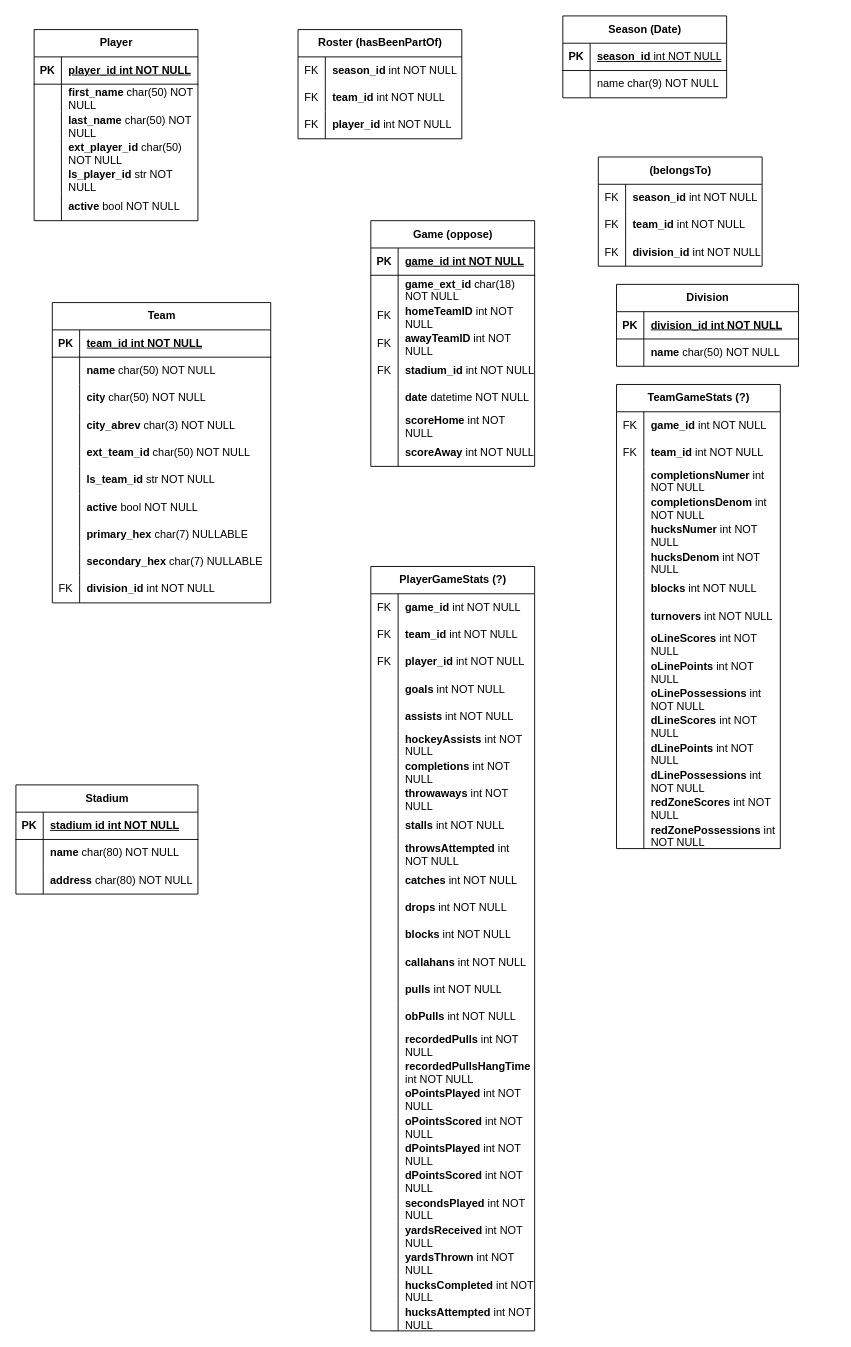
The draw.io diagram page "Relational Modeling Diagram" (2 of 3) of diagrams/PlayerTeam-ERDiagram.drawio in yukikongju/audl-analytics, before the edit. Source tidied: cells renumbered, new cells numbered last; positions are measured from the earlier drawing's top-left corner, leaving out a move shared by most shapes. Both pictures are drawn from the tidied source at 91%, with x=0, y=0 at pixel (15, 15).
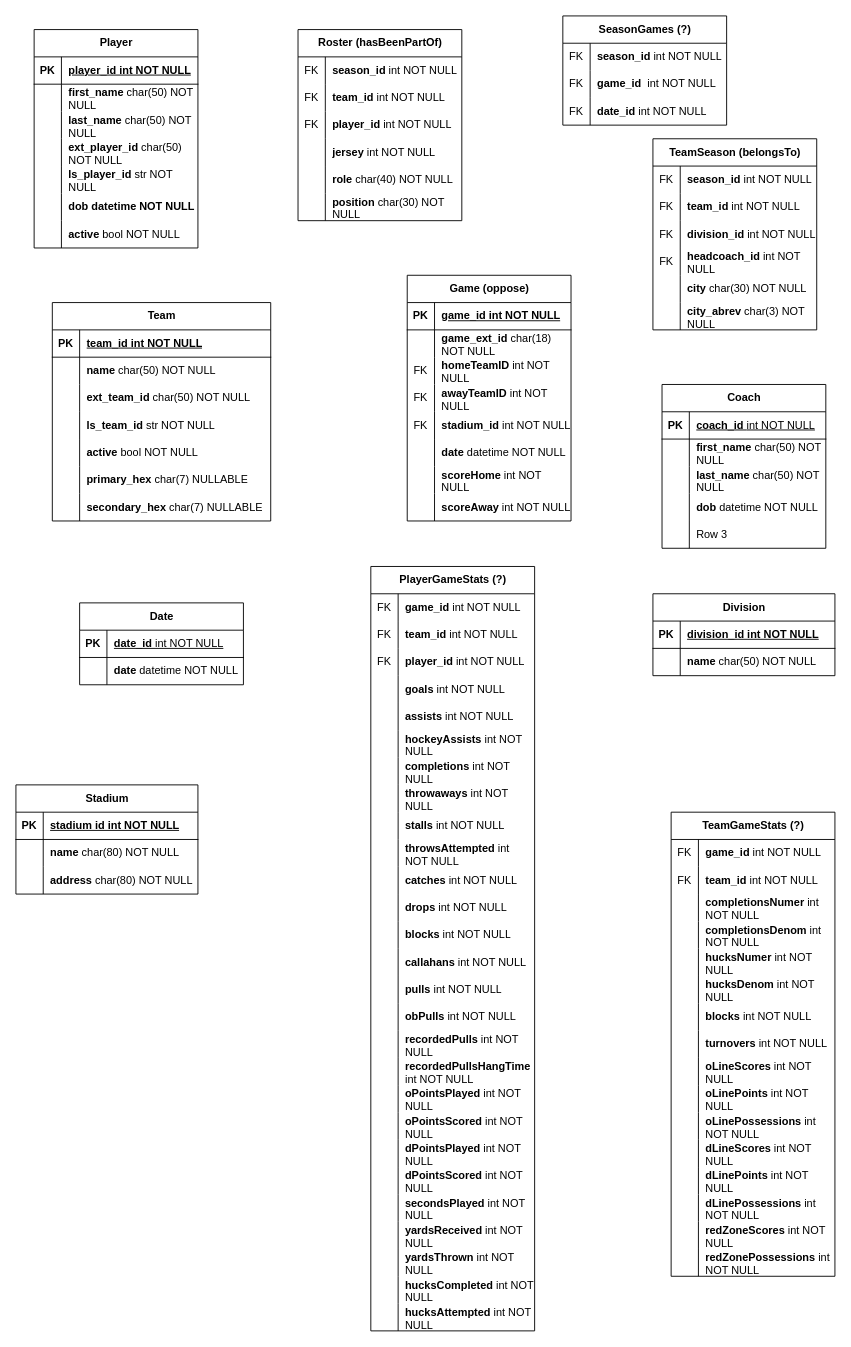
Above is the later version.

The edit, as a diff of the source:
```diff
@@
     <mxCell id="2" value="Player" style="shape=table;startSize=30;childLayout=tableLayout;rowLines=0;fontStyle=1;align=center;html=1;" parent="1" vertex="1">
-      <mxGeometry x="20" y="15" width="180" height="210" as="geometry" />
+      <mxGeometry x="20" y="15" width="180" height="240" as="geometry" />
     </mxCell>
@@
+    <mxCell id="252" style="shape=tableRow;horizontal=0;startSize=0;swimlaneHead=0;swimlaneBody=0;fillColor=none;top=0;left=0;right=0;bottom=0;" parent="2" vertex="1">
+      <mxGeometry y="180" width="180" height="30" as="geometry" />
+    </mxCell>
+    <mxCell id="253" style="shape=partialRectangle;fillColor=none;top=0;left=0;bottom=0;right=0;overflow=hidden;whiteSpace=wrap;html=1;" parent="252" vertex="1">
+      <mxGeometry width="30" height="30" as="geometry" />
+    </mxCell>
+    <mxCell id="254" value="&lt;b&gt;dob datetime NOT NULL&lt;/b&gt;" style="shape=partialRectangle;fillColor=none;top=0;left=0;bottom=0;right=0;align=left;spacingLeft=6;overflow=hidden;whiteSpace=wrap;html=1;" parent="252" vertex="1">
+      <mxGeometry x="30" width="150" height="30" as="geometry" />
+    </mxCell>
     <mxCell id="18" style="shape=tableRow;horizontal=0;startSize=0;swimlaneHead=0;swimlaneBody=0;fillColor=none;top=0;left=0;right=0;bottom=0;" parent="2" vertex="1">
-      <mxGeometry y="180" width="180" height="30" as="geometry" />
+      <mxGeometry y="210" width="180" height="30" as="geometry" />
     </mxCell>
@@
     <mxCell id="21" value="Team" style="shape=table;startSize=30;childLayout=tableLayout;rowLines=0;fontStyle=1;align=center;html=1;" parent="1" vertex="1">
-      <mxGeometry x="40" y="315" width="240" height="330" as="geometry" />
+      <mxGeometry x="40" y="315" width="240" height="240" as="geometry" />
     </mxCell>
@@
-    <mxCell id="28" style="shape=tableRow;horizontal=0;startSize=0;swimlaneHead=0;swimlaneBody=0;fillColor=none;top=0;left=0;right=0;bottom=0;" parent="21" vertex="1">
-      <mxGeometry y="90" width="240" height="30" as="geometry" />
-    </mxCell>
-    <mxCell id="29" style="shape=partialRectangle;fillColor=none;top=0;left=0;bottom=0;right=0;overflow=hidden;whiteSpace=wrap;html=1;" parent="28" vertex="1">
-      <mxGeometry width="30" height="30" as="geometry" />
-    </mxCell>
-    <mxCell id="30" value="&lt;b&gt;city &lt;/b&gt;char(50) NOT NULL" style="shape=partialRectangle;fillColor=none;top=0;left=0;bottom=0;right=0;align=left;spacingLeft=6;overflow=hidden;whiteSpace=wrap;html=1;" parent="28" vertex="1">
-      <mxGeometry x="30" width="210" height="30" as="geometry" />
-    </mxCell>
-    <mxCell id="31" style="shape=tableRow;horizontal=0;startSize=0;swimlaneHead=0;swimlaneBody=0;fillColor=none;top=0;left=0;right=0;bottom=0;" parent="21" vertex="1">
-      <mxGeometry y="120" width="240" height="30" as="geometry" />
-    </mxCell>
-    <mxCell id="32" style="shape=partialRectangle;fillColor=none;top=0;left=0;bottom=0;right=0;overflow=hidden;whiteSpace=wrap;html=1;" parent="31" vertex="1">
-      <mxGeometry width="30" height="30" as="geometry" />
-    </mxCell>
-    <mxCell id="33" value="&lt;b&gt;city_abrev&amp;nbsp;&lt;/b&gt;char(3) NOT NULL" style="shape=partialRectangle;fillColor=none;top=0;left=0;bottom=0;right=0;align=left;spacingLeft=6;overflow=hidden;whiteSpace=wrap;html=1;" parent="31" vertex="1">
-      <mxGeometry x="30" width="210" height="30" as="geometry" />
-    </mxCell>
     <mxCell id="34" style="shape=tableRow;horizontal=0;startSize=0;swimlaneHead=0;swimlaneBody=0;fillColor=none;top=0;left=0;right=0;bottom=0;" parent="21" vertex="1">
-      <mxGeometry y="150" width="240" height="30" as="geometry" />
+      <mxGeometry y="90" width="240" height="30" as="geometry" />
     </mxCell>
@@
     <mxCell id="37" style="shape=tableRow;horizontal=0;startSize=0;swimlaneHead=0;swimlaneBody=0;fillColor=none;top=0;left=0;right=0;bottom=0;" parent="21" vertex="1">
-      <mxGeometry y="180" width="240" height="30" as="geometry" />
+      <mxGeometry y="120" width="240" height="30" as="geometry" />
     </mxCell>
@@
     <mxCell id="40" style="shape=tableRow;horizontal=0;startSize=0;swimlaneHead=0;swimlaneBody=0;fillColor=none;top=0;left=0;right=0;bottom=0;" parent="21" vertex="1">
-      <mxGeometry y="210" width="240" height="30" as="geometry" />
+      <mxGeometry y="150" width="240" height="30" as="geometry" />
     </mxCell>
@@
     <mxCell id="43" style="shape=tableRow;horizontal=0;startSize=0;swimlaneHead=0;swimlaneBody=0;fillColor=none;top=0;left=0;right=0;bottom=0;" parent="21" vertex="1">
-      <mxGeometry y="240" width="240" height="30" as="geometry" />
+      <mxGeometry y="180" width="240" height="30" as="geometry" />
     </mxCell>
@@
     <mxCell id="46" style="shape=tableRow;horizontal=0;startSize=0;swimlaneHead=0;swimlaneBody=0;fillColor=none;top=0;left=0;right=0;bottom=0;" parent="21" vertex="1">
-      <mxGeometry y="270" width="240" height="30" as="geometry" />
+      <mxGeometry y="210" width="240" height="30" as="geometry" />
     </mxCell>
@@
-    <mxCell id="49" style="shape=tableRow;horizontal=0;startSize=0;swimlaneHead=0;swimlaneBody=0;fillColor=none;top=0;left=0;right=0;bottom=0;" parent="21" vertex="1">
-      <mxGeometry y="300" width="240" height="30" as="geometry" />
-    </mxCell>
-    <mxCell id="50" value="FK" style="shape=partialRectangle;fillColor=none;top=0;left=0;bottom=0;right=0;overflow=hidden;whiteSpace=wrap;html=1;" parent="49" vertex="1">
-      <mxGeometry width="30" height="30" as="geometry" />
-    </mxCell>
-    <mxCell id="51" value="&lt;b&gt;division_id &lt;/b&gt;int NOT NULL" style="shape=partialRectangle;fillColor=none;top=0;left=0;bottom=0;right=0;align=left;spacingLeft=6;overflow=hidden;whiteSpace=wrap;html=1;" parent="49" vertex="1">
-      <mxGeometry x="30" width="210" height="30" as="geometry" />
-    </mxCell>
     <mxCell id="52" value="Division" style="shape=table;startSize=30;childLayout=tableLayout;rowLines=0;fontStyle=1;align=center;html=1;" parent="1" vertex="1">
-      <mxGeometry x="660" y="295" width="200" height="90" as="geometry" />
+      <mxGeometry x="700" y="635" width="200" height="90" as="geometry" />
     </mxCell>
@@
     <mxCell id="59" value="Game (oppose)" style="shape=table;startSize=30;childLayout=tableLayout;rowLines=0;fontStyle=1;align=center;html=1;" parent="1" vertex="1">
-      <mxGeometry x="390" y="225" width="180" height="270" as="geometry" />
+      <mxGeometry x="430" y="285" width="180" height="270" as="geometry" />
     </mxCell>
@@
     <mxCell id="94" value="Roster (hasBeenPartOf)" style="shape=table;startSize=30;childLayout=tableLayout;rowLines=0;fontStyle=1;align=center;html=1;" parent="1" vertex="1">
-      <mxGeometry x="310" y="15" width="180" height="120" as="geometry" />
+      <mxGeometry x="310" y="15" width="180" height="210" as="geometry" />
     </mxCell>
@@
+    <mxCell id="255" style="shape=tableRow;horizontal=0;startSize=0;swimlaneHead=0;swimlaneBody=0;fillColor=none;top=0;left=0;right=0;bottom=0;" parent="94" vertex="1">
+      <mxGeometry y="120" width="180" height="30" as="geometry" />
+    </mxCell>
+    <mxCell id="256" style="shape=partialRectangle;fillColor=none;top=0;left=0;bottom=0;right=0;overflow=hidden;whiteSpace=wrap;html=1;" parent="255" vertex="1">
+      <mxGeometry width="30" height="30" as="geometry" />
+    </mxCell>
+    <mxCell id="257" value="&lt;b&gt;jersey&lt;/b&gt; int NOT NULL" style="shape=partialRectangle;fillColor=none;top=0;left=0;bottom=0;right=0;align=left;spacingLeft=6;overflow=hidden;whiteSpace=wrap;html=1;" parent="255" vertex="1">
+      <mxGeometry x="30" width="150" height="30" as="geometry" />
+    </mxCell>
+    <mxCell id="258" style="shape=tableRow;horizontal=0;startSize=0;swimlaneHead=0;swimlaneBody=0;fillColor=none;top=0;left=0;right=0;bottom=0;" parent="94" vertex="1">
+      <mxGeometry y="150" width="180" height="30" as="geometry" />
+    </mxCell>
+    <mxCell id="259" style="shape=partialRectangle;fillColor=none;top=0;left=0;bottom=0;right=0;overflow=hidden;whiteSpace=wrap;html=1;" parent="258" vertex="1">
+      <mxGeometry width="30" height="30" as="geometry" />
+    </mxCell>
+    <mxCell id="260" value="&lt;b&gt;role &lt;/b&gt;char(40) NOT NULL" style="shape=partialRectangle;fillColor=none;top=0;left=0;bottom=0;right=0;align=left;spacingLeft=6;overflow=hidden;whiteSpace=wrap;html=1;" parent="258" vertex="1">
+      <mxGeometry x="30" width="150" height="30" as="geometry" />
+    </mxCell>
+    <mxCell id="261" style="shape=tableRow;horizontal=0;startSize=0;swimlaneHead=0;swimlaneBody=0;fillColor=none;top=0;left=0;right=0;bottom=0;" parent="94" vertex="1">
+      <mxGeometry y="180" width="180" height="30" as="geometry" />
+    </mxCell>
+    <mxCell id="262" style="shape=partialRectangle;fillColor=none;top=0;left=0;bottom=0;right=0;overflow=hidden;whiteSpace=wrap;html=1;" parent="261" vertex="1">
+      <mxGeometry width="30" height="30" as="geometry" />
+    </mxCell>
+    <mxCell id="263" value="&lt;b&gt;position &lt;/b&gt;char(30) NOT NULL" style="shape=partialRectangle;fillColor=none;top=0;left=0;bottom=0;right=0;align=left;spacingLeft=6;overflow=hidden;whiteSpace=wrap;html=1;" parent="261" vertex="1">
+      <mxGeometry x="30" width="150" height="30" as="geometry" />
+    </mxCell>
-    <mxCell id="104" value="Season (Date)" style="shape=table;startSize=30;childLayout=tableLayout;rowLines=0;fontStyle=1;align=center;html=1;" parent="1" vertex="1">
-      <mxGeometry x="601" width="180" height="90" as="geometry" />
+    <mxCell id="104" value="SeasonGames (?)" style="shape=table;startSize=30;childLayout=tableLayout;rowLines=0;fontStyle=1;align=center;html=1;" parent="1" vertex="1">
+      <mxGeometry x="601" width="180" height="120" as="geometry" />
     </mxCell>
-    <mxCell id="105" style="shape=tableRow;horizontal=0;startSize=0;swimlaneHead=0;swimlaneBody=0;fillColor=none;top=0;left=0;right=0;bottom=1;" parent="104" vertex="1">
-      <mxGeometry y="30" width="180" height="30" as="geometry" />
-    </mxCell>
-    <mxCell id="106" value="PK" style="shape=partialRectangle;fillColor=none;top=0;left=0;bottom=0;right=0;fontStyle=1;overflow=hidden;whiteSpace=wrap;html=1;" parent="105" vertex="1">
-      <mxGeometry width="30" height="30" as="geometry" />
-    </mxCell>
-    <mxCell id="107" value="season_id &lt;span style=&quot;font-weight: normal;&quot;&gt;int NOT NULL&lt;/span&gt;" style="shape=partialRectangle;fillColor=none;top=0;left=0;bottom=0;right=0;align=left;spacingLeft=6;fontStyle=5;overflow=hidden;whiteSpace=wrap;html=1;" parent="105" vertex="1">
-      <mxGeometry x="30" width="150" height="30" as="geometry" />
-    </mxCell>
     <mxCell id="108" style="shape=tableRow;horizontal=0;startSize=0;swimlaneHead=0;swimlaneBody=0;fillColor=none;top=0;left=0;right=0;bottom=0;" parent="104" vertex="1">
-      <mxGeometry y="60" width="180" height="30" as="geometry" />
+      <mxGeometry y="30" width="180" height="30" as="geometry" />
     </mxCell>
-    <mxCell id="109" style="shape=partialRectangle;fillColor=none;top=0;left=0;bottom=0;right=0;overflow=hidden;whiteSpace=wrap;html=1;" parent="108" vertex="1">
+    <mxCell id="109" value="FK" style="shape=partialRectangle;fillColor=none;top=0;left=0;bottom=0;right=0;overflow=hidden;whiteSpace=wrap;html=1;" parent="108" vertex="1">
       <mxGeometry width="30" height="30" as="geometry" />
     </mxCell>
-    <mxCell id="110" value="name char(9) NOT NULL" style="shape=partialRectangle;fillColor=none;top=0;left=0;bottom=0;right=0;align=left;spacingLeft=6;overflow=hidden;whiteSpace=wrap;html=1;" parent="108" vertex="1">
+    <mxCell id="110" value="&lt;b&gt;season_id&lt;/b&gt; int NOT NULL" style="shape=partialRectangle;fillColor=none;top=0;left=0;bottom=0;right=0;align=left;spacingLeft=6;overflow=hidden;whiteSpace=wrap;html=1;" parent="108" vertex="1">
       <mxGeometry x="30" width="150" height="30" as="geometry" />
     </mxCell>
+    <mxCell id="264" style="shape=tableRow;horizontal=0;startSize=0;swimlaneHead=0;swimlaneBody=0;fillColor=none;top=0;left=0;right=0;bottom=0;" parent="104" vertex="1">
+      <mxGeometry y="60" width="180" height="30" as="geometry" />
+    </mxCell>
+    <mxCell id="265" value="FK" style="shape=partialRectangle;fillColor=none;top=0;left=0;bottom=0;right=0;overflow=hidden;whiteSpace=wrap;html=1;" parent="264" vertex="1">
+      <mxGeometry width="30" height="30" as="geometry" />
+    </mxCell>
+    <mxCell id="266" value="&lt;b&gt;game_id&amp;nbsp;&lt;/b&gt; int NOT NULL" style="shape=partialRectangle;fillColor=none;top=0;left=0;bottom=0;right=0;align=left;spacingLeft=6;overflow=hidden;whiteSpace=wrap;html=1;" parent="264" vertex="1">
+      <mxGeometry x="30" width="150" height="30" as="geometry" />
+    </mxCell>
+    <mxCell id="267" style="shape=tableRow;horizontal=0;startSize=0;swimlaneHead=0;swimlaneBody=0;fillColor=none;top=0;left=0;right=0;bottom=0;" parent="104" vertex="1">
+      <mxGeometry y="90" width="180" height="30" as="geometry" />
+    </mxCell>
+    <mxCell id="268" value="FK" style="shape=partialRectangle;fillColor=none;top=0;left=0;bottom=0;right=0;overflow=hidden;whiteSpace=wrap;html=1;" parent="267" vertex="1">
+      <mxGeometry width="30" height="30" as="geometry" />
+    </mxCell>
+    <mxCell id="269" value="&lt;b&gt;date_id&lt;/b&gt; int NOT NULL" style="shape=partialRectangle;fillColor=none;top=0;left=0;bottom=0;right=0;align=left;spacingLeft=6;overflow=hidden;whiteSpace=wrap;html=1;" parent="267" vertex="1">
+      <mxGeometry x="30" width="150" height="30" as="geometry" />
+    </mxCell>
-    <mxCell id="111" value="(belongsTo)" style="shape=table;startSize=30;childLayout=tableLayout;rowLines=0;fontStyle=1;align=center;html=1;" parent="1" vertex="1">
-      <mxGeometry x="640" y="155" width="180" height="120" as="geometry" />
+    <mxCell id="111" value="TeamSeason (belongsTo)" style="shape=table;startSize=30;childLayout=tableLayout;rowLines=0;fontStyle=1;align=center;html=1;" parent="1" vertex="1">
+      <mxGeometry x="700" y="135" width="180" height="210" as="geometry" />
     </mxCell>
@@
+    <mxCell id="270" style="shape=tableRow;horizontal=0;startSize=0;swimlaneHead=0;swimlaneBody=0;fillColor=none;top=0;left=0;right=0;bottom=0;" parent="111" vertex="1">
+      <mxGeometry y="120" width="180" height="30" as="geometry" />
+    </mxCell>
+    <mxCell id="271" value="FK" style="shape=partialRectangle;fillColor=none;top=0;left=0;bottom=0;right=0;overflow=hidden;whiteSpace=wrap;html=1;" parent="270" vertex="1">
+      <mxGeometry width="30" height="30" as="geometry" />
+    </mxCell>
+    <mxCell id="272" value="&lt;b&gt;headcoach_id&lt;/b&gt;&amp;nbsp;int NOT NULL" style="shape=partialRectangle;fillColor=none;top=0;left=0;bottom=0;right=0;align=left;spacingLeft=6;overflow=hidden;whiteSpace=wrap;html=1;" parent="270" vertex="1">
+      <mxGeometry x="30" width="150" height="30" as="geometry" />
+    </mxCell>
+    <mxCell id="273" style="shape=tableRow;horizontal=0;startSize=0;swimlaneHead=0;swimlaneBody=0;fillColor=none;top=0;left=0;right=0;bottom=0;" parent="111" vertex="1">
+      <mxGeometry y="150" width="180" height="30" as="geometry" />
+    </mxCell>
+    <mxCell id="274" style="shape=partialRectangle;fillColor=none;top=0;left=0;bottom=0;right=0;overflow=hidden;whiteSpace=wrap;html=1;" parent="273" vertex="1">
+      <mxGeometry width="30" height="30" as="geometry" />
+    </mxCell>
+    <mxCell id="275" value="&lt;b&gt;city&lt;/b&gt; char(30) NOT NULL" style="shape=partialRectangle;fillColor=none;top=0;left=0;bottom=0;right=0;align=left;spacingLeft=6;overflow=hidden;whiteSpace=wrap;html=1;" parent="273" vertex="1">
+      <mxGeometry x="30" width="150" height="30" as="geometry" />
+    </mxCell>
+    <mxCell id="276" style="shape=tableRow;horizontal=0;startSize=0;swimlaneHead=0;swimlaneBody=0;fillColor=none;top=0;left=0;right=0;bottom=0;" parent="111" vertex="1">
+      <mxGeometry y="180" width="180" height="30" as="geometry" />
+    </mxCell>
+    <mxCell id="277" style="shape=partialRectangle;fillColor=none;top=0;left=0;bottom=0;right=0;overflow=hidden;whiteSpace=wrap;html=1;" parent="276" vertex="1">
+      <mxGeometry width="30" height="30" as="geometry" />
+    </mxCell>
+    <mxCell id="33" value="&lt;b&gt;city_abrev&lt;/b&gt; char(3) NOT NULL" style="shape=partialRectangle;fillColor=none;top=0;left=0;bottom=0;right=0;align=left;spacingLeft=6;overflow=hidden;whiteSpace=wrap;html=1;" parent="276" vertex="1">
+      <mxGeometry x="30" width="150" height="30" as="geometry" />
+    </mxCell>
     <mxCell id="121" value="TeamGameStats (?)" style="shape=table;startSize=30;childLayout=tableLayout;rowLines=0;fontStyle=1;align=center;html=1;" parent="1" vertex="1">
-      <mxGeometry x="660" y="405" width="180" height="510" as="geometry" />
+      <mxGeometry x="720" y="875" width="180" height="510" as="geometry" />
     </mxCell>
@@
+    <mxCell id="278" value="Date" style="shape=table;startSize=30;childLayout=tableLayout;rowLines=0;fontStyle=1;align=center;html=1;" parent="1" vertex="1">
+      <mxGeometry x="70" y="645" width="180" height="90" as="geometry" />
+    </mxCell>
+    <mxCell id="279" style="shape=tableRow;horizontal=0;startSize=0;swimlaneHead=0;swimlaneBody=0;fillColor=none;top=0;left=0;right=0;bottom=1;" parent="278" vertex="1">
+      <mxGeometry y="30" width="180" height="30" as="geometry" />
+    </mxCell>
+    <mxCell id="280" value="PK" style="shape=partialRectangle;fillColor=none;top=0;left=0;bottom=0;right=0;fontStyle=1;overflow=hidden;whiteSpace=wrap;html=1;" parent="279" vertex="1">
+      <mxGeometry width="30" height="30" as="geometry" />
+    </mxCell>
+    <mxCell id="281" value="date_id &lt;span style=&quot;font-weight: normal;&quot;&gt;int NOT NULL&lt;/span&gt;" style="shape=partialRectangle;fillColor=none;top=0;left=0;bottom=0;right=0;align=left;spacingLeft=6;fontStyle=5;overflow=hidden;whiteSpace=wrap;html=1;" parent="279" vertex="1">
+      <mxGeometry x="30" width="150" height="30" as="geometry" />
+    </mxCell>
+    <mxCell id="282" style="shape=tableRow;horizontal=0;startSize=0;swimlaneHead=0;swimlaneBody=0;fillColor=none;top=0;left=0;right=0;bottom=0;" parent="278" vertex="1">
+      <mxGeometry y="60" width="180" height="30" as="geometry" />
+    </mxCell>
+    <mxCell id="283" style="shape=partialRectangle;fillColor=none;top=0;left=0;bottom=0;right=0;overflow=hidden;whiteSpace=wrap;html=1;" parent="282" vertex="1">
+      <mxGeometry width="30" height="30" as="geometry" />
+    </mxCell>
+    <mxCell id="284" value="&lt;b&gt;date&lt;/b&gt; datetime NOT NULL" style="shape=partialRectangle;fillColor=none;top=0;left=0;bottom=0;right=0;align=left;spacingLeft=6;overflow=hidden;whiteSpace=wrap;html=1;" parent="282" vertex="1">
+      <mxGeometry x="30" width="150" height="30" as="geometry" />
+    </mxCell>
+    <mxCell id="285" value="Coach" style="shape=table;startSize=30;childLayout=tableLayout;rowLines=0;fontStyle=1;align=center;html=1;" parent="1" vertex="1">
+      <mxGeometry x="710" y="405" width="180" height="180" as="geometry" />
+    </mxCell>
+    <mxCell id="286" style="shape=tableRow;horizontal=0;startSize=0;swimlaneHead=0;swimlaneBody=0;fillColor=none;top=0;left=0;right=0;bottom=1;" parent="285" vertex="1">
+      <mxGeometry y="30" width="180" height="30" as="geometry" />
+    </mxCell>
+    <mxCell id="287" value="PK" style="shape=partialRectangle;fillColor=none;top=0;left=0;bottom=0;right=0;fontStyle=1;overflow=hidden;whiteSpace=wrap;html=1;" parent="286" vertex="1">
+      <mxGeometry width="30" height="30" as="geometry" />
+    </mxCell>
+    <mxCell id="288" value="coach_id &lt;span style=&quot;font-weight: normal;&quot;&gt;int NOT NULL&lt;/span&gt;" style="shape=partialRectangle;fillColor=none;top=0;left=0;bottom=0;right=0;align=left;spacingLeft=6;fontStyle=5;overflow=hidden;whiteSpace=wrap;html=1;" parent="286" vertex="1">
+      <mxGeometry x="30" width="150" height="30" as="geometry" />
+    </mxCell>
+    <mxCell id="289" style="shape=tableRow;horizontal=0;startSize=0;swimlaneHead=0;swimlaneBody=0;fillColor=none;top=0;left=0;right=0;bottom=0;" parent="285" vertex="1">
+      <mxGeometry y="60" width="180" height="30" as="geometry" />
+    </mxCell>
+    <mxCell id="290" style="shape=partialRectangle;fillColor=none;top=0;left=0;bottom=0;right=0;overflow=hidden;whiteSpace=wrap;html=1;" parent="289" vertex="1">
+      <mxGeometry width="30" height="30" as="geometry" />
+    </mxCell>
+    <mxCell id="291" value="&lt;b&gt;first_name&lt;/b&gt; char(50) NOT NULL" style="shape=partialRectangle;fillColor=none;top=0;left=0;bottom=0;right=0;align=left;spacingLeft=6;overflow=hidden;whiteSpace=wrap;html=1;" parent="289" vertex="1">
+      <mxGeometry x="30" width="150" height="30" as="geometry" />
+    </mxCell>
+    <mxCell id="292" style="shape=tableRow;horizontal=0;startSize=0;swimlaneHead=0;swimlaneBody=0;fillColor=none;top=0;left=0;right=0;bottom=0;" parent="285" vertex="1">
+      <mxGeometry y="90" width="180" height="30" as="geometry" />
+    </mxCell>
+    <mxCell id="293" style="shape=partialRectangle;fillColor=none;top=0;left=0;bottom=0;right=0;overflow=hidden;whiteSpace=wrap;html=1;" parent="292" vertex="1">
+      <mxGeometry width="30" height="30" as="geometry" />
+    </mxCell>
+    <mxCell id="294" value="&lt;b&gt;last_name&lt;/b&gt; char(50) NOT NULL" style="shape=partialRectangle;fillColor=none;top=0;left=0;bottom=0;right=0;align=left;spacingLeft=6;overflow=hidden;whiteSpace=wrap;html=1;" parent="292" vertex="1">
+      <mxGeometry x="30" width="150" height="30" as="geometry" />
+    </mxCell>
+    <mxCell id="295" style="shape=tableRow;horizontal=0;startSize=0;swimlaneHead=0;swimlaneBody=0;fillColor=none;top=0;left=0;right=0;bottom=0;" parent="285" vertex="1">
+      <mxGeometry y="120" width="180" height="30" as="geometry" />
+    </mxCell>
+    <mxCell id="296" style="shape=partialRectangle;fillColor=none;top=0;left=0;bottom=0;right=0;overflow=hidden;whiteSpace=wrap;html=1;" parent="295" vertex="1">
+      <mxGeometry width="30" height="30" as="geometry" />
+    </mxCell>
+    <mxCell id="297" value="&lt;b&gt;dob&lt;/b&gt; datetime NOT NULL" style="shape=partialRectangle;fillColor=none;top=0;left=0;bottom=0;right=0;align=left;spacingLeft=6;overflow=hidden;whiteSpace=wrap;html=1;" parent="295" vertex="1">
+      <mxGeometry x="30" width="150" height="30" as="geometry" />
+    </mxCell>
+    <mxCell id="298" style="shape=tableRow;horizontal=0;startSize=0;swimlaneHead=0;swimlaneBody=0;fillColor=none;top=0;left=0;right=0;bottom=0;" parent="285" vertex="1">
+      <mxGeometry y="150" width="180" height="30" as="geometry" />
+    </mxCell>
+    <mxCell id="299" style="shape=partialRectangle;fillColor=none;top=0;left=0;bottom=0;right=0;overflow=hidden;whiteSpace=wrap;html=1;" parent="298" vertex="1">
+      <mxGeometry width="30" height="30" as="geometry" />
+    </mxCell>
+    <mxCell id="300" value="Row 3" style="shape=partialRectangle;fillColor=none;top=0;left=0;bottom=0;right=0;align=left;spacingLeft=6;overflow=hidden;whiteSpace=wrap;html=1;" parent="298" vertex="1">
+      <mxGeometry x="30" width="150" height="30" as="geometry" />
+    </mxCell>
```
